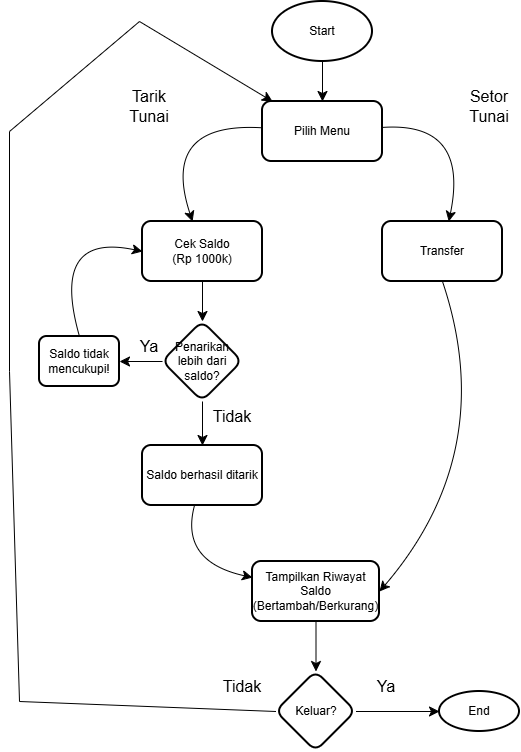
The draw.io diagram Flowchart ATM.drawio.png in intiboemi/Flowchart, before a commit. Source tidied: cells renumbered, new cells last; positions are measured from the earlier drawing's top-left corner, leaving out a move shared by most shapes.
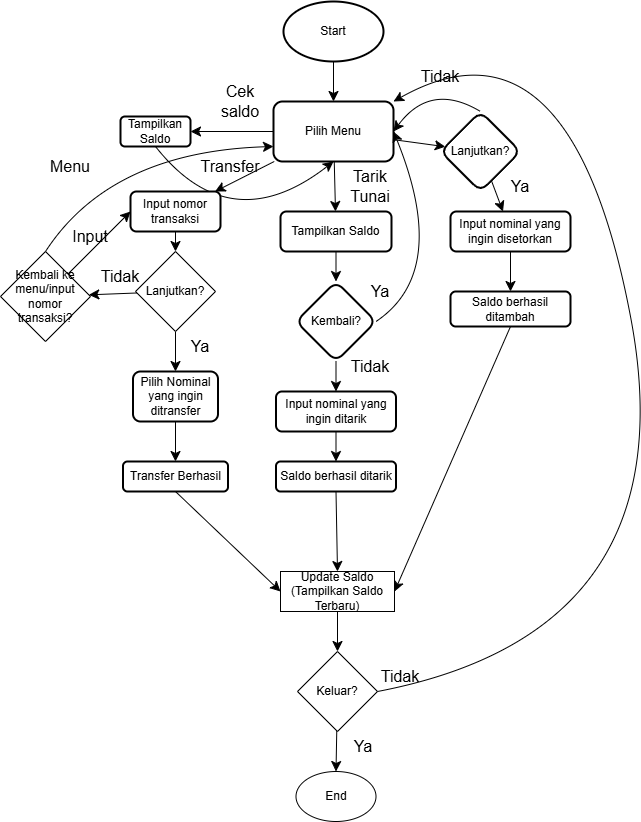
Above is the later version.

Diff of the diagram source:
```diff
@@ -8,110 +8,188 @@
     <mxCell id="3" value="Start" style="strokeWidth=2;html=1;shape=mxgraph.flowchart.start_1;whiteSpace=wrap;" parent="1" vertex="1">
       <mxGeometry x="263" width="100" height="60" as="geometry" />
     </mxCell>
-    <mxCell id="4" style="edgeStyle=none;curved=1;rounded=0;jettySize=auto;html=1;fontSize=12;startSize=8;endSize=8;" parent="1" edge="1" source="6" target="8">
-      <mxGeometry relative="1" as="geometry">
-        <Array as="points">
-          <mxPoint x="150" y="120" />
-        </Array>
-      </mxGeometry>
-    </mxCell>
-    <mxCell id="5" style="edgeStyle=none;curved=1;rounded=0;jettySize=auto;html=1;fontSize=12;startSize=8;endSize=8;" parent="1" edge="1" source="6" target="10">
-      <mxGeometry relative="1" as="geometry">
-        <Array as="points">
-          <mxPoint x="460" y="120" />
-        </Array>
-      </mxGeometry>
-    </mxCell>
+    <mxCell id="30" style="edgeStyle=none;curved=1;rounded=0;jettySize=auto;html=1;fontSize=12;startSize=8;endSize=8;" parent="1" edge="1" source="6" target="35">
+      <mxGeometry relative="1" as="geometry" />
+    </mxCell>
+    <mxCell id="31" style="edgeStyle=none;curved=1;rounded=0;jettySize=auto;html=1;fontSize=12;startSize=8;endSize=8;" parent="1" edge="1" source="6" target="38">
+      <mxGeometry relative="1" as="geometry" />
+    </mxCell>
+    <mxCell id="32" style="edgeStyle=none;curved=1;rounded=0;jettySize=auto;html=1;fontSize=12;startSize=8;endSize=8;" parent="1" edge="1" source="6" target="54">
+      <mxGeometry relative="1" as="geometry" />
+    </mxCell>
+    <mxCell id="33" style="edgeStyle=none;curved=1;rounded=0;jettySize=auto;html=1;fontSize=12;startSize=8;endSize=8;" parent="1" edge="1" source="6" target="65">
+      <mxGeometry relative="1" as="geometry" />
+    </mxCell>
     <mxCell id="6" value="Pilih Menu" style="rounded=1;whiteSpace=wrap;html=1;strokeWidth=2;" parent="1" vertex="1">
       <mxGeometry x="253" y="100" width="120" height="60" as="geometry" />
     </mxCell>
-    <mxCell id="7" style="edgeStyle=none;curved=1;rounded=0;jettySize=auto;html=1;fontSize=12;startSize=8;endSize=8;" parent="1" edge="1" source="8" target="15">
-      <mxGeometry relative="1" as="geometry" />
-    </mxCell>
-    <mxCell id="8" value="Cek Saldo&lt;div&gt;(Rp 1000k)&lt;/div&gt;" style="whiteSpace=wrap;html=1;rounded=1;strokeWidth=2;" parent="1" vertex="1">
-      <mxGeometry x="133" y="220" width="120" height="60" as="geometry" />
-    </mxCell>
-    <mxCell id="9" style="edgeStyle=none;curved=1;rounded=0;jettySize=auto;html=1;exitX=0.5;exitY=1;exitDx=0;exitDy=0;entryX=1;entryY=0.5;entryDx=0;entryDy=0;fontSize=12;startSize=8;endSize=8;" parent="1" edge="1" source="10" target="23">
-      <mxGeometry relative="1" as="geometry">
-        <Array as="points">
-          <mxPoint x="490" y="450" />
-        </Array>
-      </mxGeometry>
-    </mxCell>
+    <mxCell id="34" style="edgeStyle=none;curved=1;rounded=0;jettySize=auto;html=1;exitX=0.5;exitY=1;exitDx=0;exitDy=0;entryX=0.5;entryY=1;entryDx=0;entryDy=0;fontSize=12;startSize=8;endSize=8;" parent="1" edge="1" source="35" target="6">
+      <mxGeometry relative="1" as="geometry">
+        <Array as="points">
+          <mxPoint x="210" y="240" />
+        </Array>
+      </mxGeometry>
+    </mxCell>
+    <mxCell id="35" value="Tampilkan Saldo" style="whiteSpace=wrap;html=1;rounded=1;strokeWidth=2;" parent="1" vertex="1">
+      <mxGeometry x="100" y="115" width="70" height="30" as="geometry" />
+    </mxCell>
+    <mxCell id="36" value="Cek saldo" style="text;html=1;whiteSpace=wrap;strokeColor=none;fillColor=none;align=center;verticalAlign=middle;rounded=0;fontSize=16;" parent="1" vertex="1">
+      <mxGeometry x="190" y="85" width="60" height="30" as="geometry" />
+    </mxCell>
+    <mxCell id="37" style="edgeStyle=none;curved=1;rounded=0;jettySize=auto;html=1;exitX=0.5;exitY=1;exitDx=0;exitDy=0;entryX=0.5;entryY=0;entryDx=0;entryDy=0;fontSize=12;startSize=8;endSize=8;" parent="1" edge="1" source="38" target="43">
+      <mxGeometry relative="1" as="geometry" />
+    </mxCell>
+    <mxCell id="38" value="Input nomor transaksi" style="whiteSpace=wrap;html=1;rounded=1;strokeWidth=2;" parent="1" vertex="1">
+      <mxGeometry x="110" y="190" width="90" height="40" as="geometry" />
+    </mxCell>
+    <mxCell id="39" style="edgeStyle=none;curved=1;rounded=0;jettySize=auto;html=1;fontSize=12;startSize=8;endSize=8;" parent="1" edge="1" source="40" target="52">
+      <mxGeometry relative="1" as="geometry" />
+    </mxCell>
+    <mxCell id="40" value="Pilih Nominal yang ingin ditransfer" style="whiteSpace=wrap;html=1;rounded=1;strokeWidth=2;" parent="1" vertex="1">
+      <mxGeometry x="112.5" y="370" width="85" height="50" as="geometry" />
+    </mxCell>
+    <mxCell id="41" style="edgeStyle=none;curved=1;rounded=0;jettySize=auto;html=1;exitX=0.5;exitY=1;exitDx=0;exitDy=0;entryX=0.5;entryY=0;entryDx=0;entryDy=0;fontSize=12;startSize=8;endSize=8;" parent="1" edge="1" source="43" target="40">
+      <mxGeometry relative="1" as="geometry" />
+    </mxCell>
+    <mxCell id="42" style="edgeStyle=none;curved=1;rounded=0;jettySize=auto;html=1;fontSize=12;startSize=8;endSize=8;" parent="1" edge="1" source="43" target="47">
+      <mxGeometry relative="1" as="geometry" />
+    </mxCell>
+    <mxCell id="43" value="Lanjutkan?" style="rhombus;whiteSpace=wrap;html=1;" parent="1" vertex="1">
+      <mxGeometry x="115" y="250" width="80" height="80" as="geometry" />
+    </mxCell>
+    <mxCell id="44" value="Ya" style="text;html=1;whiteSpace=wrap;strokeColor=none;fillColor=none;align=center;verticalAlign=middle;rounded=0;fontSize=16;" parent="1" vertex="1">
+      <mxGeometry x="150" y="330" width="60" height="30" as="geometry" />
+    </mxCell>
+    <mxCell id="45" style="edgeStyle=none;curved=1;rounded=0;jettySize=auto;html=1;exitX=0.5;exitY=0;exitDx=0;exitDy=0;entryX=0;entryY=0.75;entryDx=0;entryDy=0;fontSize=12;startSize=8;endSize=8;" parent="1" edge="1" source="47" target="6">
+      <mxGeometry relative="1" as="geometry">
+        <Array as="points">
+          <mxPoint x="90" y="150" />
+        </Array>
+      </mxGeometry>
+    </mxCell>
+    <mxCell id="46" style="edgeStyle=none;curved=1;rounded=0;jettySize=auto;html=1;exitX=1;exitY=0;exitDx=0;exitDy=0;entryX=0;entryY=0.5;entryDx=0;entryDy=0;fontSize=12;startSize=8;endSize=8;" parent="1" edge="1" source="47" target="38">
+      <mxGeometry relative="1" as="geometry" />
+    </mxCell>
+    <mxCell id="47" value="Kembali ke menu/input nomor transaksi?" style="rhombus;whiteSpace=wrap;html=1;" parent="1" vertex="1">
+      <mxGeometry x="-20" y="250" width="90" height="90" as="geometry" />
+    </mxCell>
+    <mxCell id="48" value="Menu" style="text;html=1;whiteSpace=wrap;strokeColor=none;fillColor=none;align=center;verticalAlign=middle;rounded=0;fontSize=16;" parent="1" vertex="1">
+      <mxGeometry x="20" y="150" width="60" height="30" as="geometry" />
+    </mxCell>
+    <mxCell id="49" value="Input" style="text;html=1;whiteSpace=wrap;strokeColor=none;fillColor=none;align=center;verticalAlign=middle;rounded=0;fontSize=16;" parent="1" vertex="1">
+      <mxGeometry x="40" y="220" width="60" height="30" as="geometry" />
+    </mxCell>
+    <mxCell id="50" value="Tidak" style="text;html=1;whiteSpace=wrap;strokeColor=none;fillColor=none;align=center;verticalAlign=middle;rounded=0;fontSize=16;" parent="1" vertex="1">
+      <mxGeometry x="70" y="260" width="60" height="30" as="geometry" />
+    </mxCell>
+    <mxCell id="51" style="edgeStyle=none;curved=1;rounded=0;jettySize=auto;html=1;exitX=0.5;exitY=1;exitDx=0;exitDy=0;entryX=0;entryY=0.5;entryDx=0;entryDy=0;fontSize=12;startSize=8;endSize=8;" parent="1" edge="1" source="52" target="73">
+      <mxGeometry relative="1" as="geometry" />
+    </mxCell>
+    <mxCell id="52" value="Transfer Berhasil" style="whiteSpace=wrap;html=1;rounded=1;strokeWidth=2;" parent="1" vertex="1">
+      <mxGeometry x="102.5" y="460" width="105" height="30" as="geometry" />
+    </mxCell>
+    <mxCell id="53" style="edgeStyle=none;curved=1;rounded=0;jettySize=auto;html=1;fontSize=12;startSize=8;endSize=8;" parent="1" edge="1" source="54" target="57">
+      <mxGeometry relative="1" as="geometry" />
+    </mxCell>
+    <mxCell id="54" value="Tampilkan Saldo" style="whiteSpace=wrap;html=1;rounded=1;strokeWidth=2;" parent="1" vertex="1">
+      <mxGeometry x="260" y="210" width="111" height="40" as="geometry" />
+    </mxCell>
-    <mxCell id="10" value="Transfer" style="whiteSpace=wrap;html=1;rounded=1;strokeWidth=2;" parent="1" vertex="1">
-      <mxGeometry x="373" y="220" width="120" height="60" as="geometry" />
+    <mxCell id="10" value="Transfer" style="text;html=1;whiteSpace=wrap;strokeColor=none;fillColor=none;align=center;verticalAlign=middle;rounded=0;fontSize=16;" parent="1" vertex="1">
+      <mxGeometry x="180" y="150" width="60" height="30" as="geometry" />
     </mxCell>
     <mxCell id="11" value="Tarik Tunai" style="text;html=1;whiteSpace=wrap;strokeColor=none;fillColor=none;align=center;verticalAlign=middle;rounded=0;fontSize=16;" parent="1" vertex="1">
-      <mxGeometry x="110" y="90" width="60" height="30" as="geometry" />
+      <mxGeometry x="320" y="170" width="60" height="30" as="geometry" />
     </mxCell>
-    <mxCell id="12" value="Setor Tunai" style="text;html=1;whiteSpace=wrap;strokeColor=none;fillColor=none;align=center;verticalAlign=middle;rounded=0;fontSize=16;" parent="1" vertex="1">
-      <mxGeometry x="450" y="90" width="60" height="30" as="geometry" />
-    </mxCell>
-    <mxCell id="13" style="edgeStyle=none;curved=1;rounded=0;jettySize=auto;html=1;fontSize=12;startSize=8;endSize=8;" parent="1" edge="1" source="15" target="17">
-      <mxGeometry relative="1" as="geometry" />
-    </mxCell>
-    <mxCell id="14" style="edgeStyle=none;curved=1;rounded=0;jettySize=auto;html=1;fontSize=12;startSize=8;endSize=8;" parent="1" edge="1" source="15" target="19">
-      <mxGeometry relative="1" as="geometry" />
-    </mxCell>
-    <mxCell id="15" value="Penarikan lebih dari saldo?" style="rhombus;whiteSpace=wrap;html=1;rounded=1;strokeWidth=2;" parent="1" vertex="1">
-      <mxGeometry x="153" y="320" width="80" height="80" as="geometry" />
-    </mxCell>
-    <mxCell id="16" style="edgeStyle=none;curved=1;rounded=0;jettySize=auto;html=1;exitX=0.5;exitY=0;exitDx=0;exitDy=0;entryX=0;entryY=0.5;entryDx=0;entryDy=0;fontSize=12;startSize=8;endSize=8;" parent="1" edge="1" source="17" target="8">
-      <mxGeometry relative="1" as="geometry">
-        <Array as="points">
-          <mxPoint x="40" y="230" />
-        </Array>
-      </mxGeometry>
-    </mxCell>
-    <mxCell id="17" value="Saldo tidak mencukupi!" style="whiteSpace=wrap;html=1;rounded=1;strokeWidth=2;" parent="1" vertex="1">
-      <mxGeometry x="30" y="335" width="80" height="50" as="geometry" />
-    </mxCell>
-    <mxCell id="18" style="edgeStyle=none;curved=1;rounded=0;jettySize=auto;html=1;fontSize=12;startSize=8;endSize=8;" parent="1" edge="1" source="19" target="23">
-      <mxGeometry relative="1" as="geometry">
-        <Array as="points">
-          <mxPoint x="170" y="560" />
-        </Array>
-      </mxGeometry>
-    </mxCell>
+    <mxCell id="55" style="edgeStyle=none;curved=1;rounded=0;jettySize=auto;html=1;exitX=1;exitY=0.5;exitDx=0;exitDy=0;entryX=1;entryY=0.5;entryDx=0;entryDy=0;fontSize=12;startSize=8;endSize=8;" parent="1" edge="1" source="57" target="6">
+      <mxGeometry relative="1" as="geometry">
+        <Array as="points">
+          <mxPoint x="430" y="270" />
+        </Array>
+      </mxGeometry>
+    </mxCell>
+    <mxCell id="56" style="edgeStyle=none;curved=1;rounded=0;jettySize=auto;html=1;fontSize=12;startSize=8;endSize=8;" parent="1" edge="1" source="57" target="60">
+      <mxGeometry relative="1" as="geometry" />
+    </mxCell>
+    <mxCell id="57" value="Kembali?" style="rhombus;whiteSpace=wrap;html=1;rounded=1;strokeWidth=2;" parent="1" vertex="1">
+      <mxGeometry x="275.5" y="280" width="80" height="80" as="geometry" />
+    </mxCell>
+    <mxCell id="58" value="Ya" style="text;html=1;whiteSpace=wrap;strokeColor=none;fillColor=none;align=center;verticalAlign=middle;rounded=0;fontSize=16;" parent="1" vertex="1">
+      <mxGeometry x="330" y="275" width="60" height="30" as="geometry" />
+    </mxCell>
+    <mxCell id="59" style="edgeStyle=none;curved=1;rounded=0;jettySize=auto;html=1;fontSize=12;startSize=8;endSize=8;" parent="1" edge="1" source="60" target="19">
+      <mxGeometry relative="1" as="geometry" />
+    </mxCell>
+    <mxCell id="60" value="Input nominal yang ingin ditarik" style="whiteSpace=wrap;html=1;rounded=1;strokeWidth=2;" parent="1" vertex="1">
+      <mxGeometry x="255.5" y="390" width="120" height="40" as="geometry" />
+    </mxCell>
+    <mxCell id="61" value="Tidak" style="text;html=1;whiteSpace=wrap;strokeColor=none;fillColor=none;align=center;verticalAlign=middle;rounded=0;fontSize=16;" parent="1" vertex="1">
+      <mxGeometry x="320" y="350" width="60" height="30" as="geometry" />
+    </mxCell>
+    <mxCell id="62" style="edgeStyle=none;curved=1;rounded=0;jettySize=auto;html=1;exitX=0.5;exitY=1;exitDx=0;exitDy=0;entryX=0.5;entryY=0;entryDx=0;entryDy=0;fontSize=12;startSize=8;endSize=8;" parent="1" edge="1" source="19" target="73">
+      <mxGeometry relative="1" as="geometry" />
+    </mxCell>
     <mxCell id="19" value="Saldo berhasil ditarik" style="whiteSpace=wrap;html=1;rounded=1;strokeWidth=2;" parent="1" vertex="1">
-      <mxGeometry x="133" y="444" width="120" height="60" as="geometry" />
+      <mxGeometry x="255.5" y="460" width="120" height="30" as="geometry" />
     </mxCell>
-    <mxCell id="20" value="Ya" style="text;html=1;whiteSpace=wrap;strokeColor=none;fillColor=none;align=center;verticalAlign=middle;rounded=0;fontSize=16;" parent="1" vertex="1">
-      <mxGeometry x="110" y="330" width="60" height="30" as="geometry" />
-    </mxCell>
-    <mxCell id="21" value="Tidak" style="text;html=1;whiteSpace=wrap;strokeColor=none;fillColor=none;align=center;verticalAlign=middle;rounded=0;fontSize=16;" parent="1" vertex="1">
-      <mxGeometry x="193" y="400" width="60" height="30" as="geometry" />
-    </mxCell>
-    <mxCell id="22" style="edgeStyle=none;curved=1;rounded=0;jettySize=auto;html=1;fontSize=12;startSize=8;endSize=8;" parent="1" edge="1" source="23" target="26">
-      <mxGeometry relative="1" as="geometry" />
-    </mxCell>
-    <mxCell id="23" value="Tampilkan Riwayat Saldo (Bertambah/Berkurang)" style="whiteSpace=wrap;html=1;rounded=1;strokeWidth=2;" parent="1" vertex="1">
-      <mxGeometry x="243" y="560" width="127" height="60" as="geometry" />
-    </mxCell>
+    <mxCell id="63" style="edgeStyle=none;curved=1;rounded=0;jettySize=auto;html=1;exitX=0.5;exitY=0;exitDx=0;exitDy=0;entryX=1;entryY=0.5;entryDx=0;entryDy=0;fontSize=12;startSize=8;endSize=8;" parent="1" edge="1" source="65" target="6">
+      <mxGeometry relative="1" as="geometry">
+        <Array as="points">
+          <mxPoint x="410" y="80" />
+        </Array>
+      </mxGeometry>
+    </mxCell>
+    <mxCell id="64" style="edgeStyle=none;curved=1;rounded=0;jettySize=auto;html=1;fontSize=12;startSize=8;endSize=8;" parent="1" edge="1" source="65" target="68">
+      <mxGeometry relative="1" as="geometry" />
+    </mxCell>
+    <mxCell id="65" value="Lanjutkan?" style="rhombus;whiteSpace=wrap;html=1;rounded=1;strokeWidth=2;" parent="1" vertex="1">
+      <mxGeometry x="420" y="110" width="80" height="80" as="geometry" />
+    </mxCell>
+    <mxCell id="66" value="Tidak" style="text;html=1;whiteSpace=wrap;strokeColor=none;fillColor=none;align=center;verticalAlign=middle;rounded=0;fontSize=16;" parent="1" vertex="1">
+      <mxGeometry x="390" y="60" width="60" height="30" as="geometry" />
+    </mxCell>
+    <mxCell id="67" style="edgeStyle=none;curved=1;rounded=0;jettySize=auto;html=1;fontSize=12;startSize=8;endSize=8;" parent="1" edge="1" source="68" target="71">
+      <mxGeometry relative="1" as="geometry" />
+    </mxCell>
+    <mxCell id="68" value="Input nominal yang ingin disetorkan" style="whiteSpace=wrap;html=1;rounded=1;strokeWidth=2;" parent="1" vertex="1">
+      <mxGeometry x="430" y="210" width="120" height="40" as="geometry" />
+    </mxCell>
+    <mxCell id="69" value="Ya" style="text;html=1;whiteSpace=wrap;strokeColor=none;fillColor=none;align=center;verticalAlign=middle;rounded=0;fontSize=16;" parent="1" vertex="1">
+      <mxGeometry x="470" y="170" width="60" height="30" as="geometry" />
+    </mxCell>
+    <mxCell id="70" style="edgeStyle=none;curved=1;rounded=0;jettySize=auto;html=1;exitX=0.5;exitY=1;exitDx=0;exitDy=0;entryX=1;entryY=0.5;entryDx=0;entryDy=0;fontSize=12;startSize=8;endSize=8;" parent="1" edge="1" source="71" target="73">
+      <mxGeometry relative="1" as="geometry" />
+    </mxCell>
+    <mxCell id="71" value="Saldo berhasil ditambah" style="whiteSpace=wrap;html=1;rounded=1;strokeWidth=2;" parent="1" vertex="1">
+      <mxGeometry x="430" y="290" width="120" height="35" as="geometry" />
+    </mxCell>
+    <mxCell id="72" style="edgeStyle=none;curved=1;rounded=0;jettySize=auto;html=1;fontSize=12;startSize=8;endSize=8;" parent="1" edge="1" source="73" target="26">
+      <mxGeometry relative="1" as="geometry" />
+    </mxCell>
+    <mxCell id="73" value="Update Saldo&lt;br&gt;(Tampilkan Saldo Terbaru)" style="whiteSpace=wrap;html=1;" parent="1" vertex="1">
+      <mxGeometry x="260" y="570" width="114" height="40" as="geometry" />
+    </mxCell>
+    <mxCell id="25" style="edgeStyle=none;curved=1;rounded=0;jettySize=auto;html=1;fontSize=12;startSize=8;endSize=8;" parent="1" edge="1" source="26" target="27">
+      <mxGeometry relative="1" as="geometry" />
+    </mxCell>
-    <mxCell id="24" style="edgeStyle=none;curved=0;rounded=0;jettySize=auto;html=1;exitX=0;exitY=0.5;exitDx=0;exitDy=0;fontSize=12;startSize=8;endSize=8;" parent="1" edge="1" source="26" target="6">
+    <mxCell id="24" style="edgeStyle=none;curved=1;rounded=0;jettySize=auto;html=1;exitX=1;exitY=0.5;exitDx=0;exitDy=0;entryX=1;entryY=0;entryDx=0;entryDy=0;fontSize=12;startSize=8;endSize=8;" parent="1" edge="1" source="26" target="6">
       <mxGeometry relative="1" as="geometry">
         <Array as="points">
-          <mxPoint x="10" y="700" />
-          <mxPoint y="370" />
-          <mxPoint y="130" />
-          <mxPoint x="130" y="20" />
+          <mxPoint x="670" y="630" />
+          <mxPoint x="550" />
         </Array>
       </mxGeometry>
     </mxCell>
-    <mxCell id="25" style="edgeStyle=none;curved=1;rounded=0;jettySize=auto;html=1;fontSize=12;startSize=8;endSize=8;" parent="1" edge="1" source="26" target="27">
-      <mxGeometry relative="1" as="geometry" />
-    </mxCell>
-    <mxCell id="26" value="Keluar?" style="rhombus;whiteSpace=wrap;html=1;rounded=1;strokeWidth=2;" parent="1" vertex="1">
-      <mxGeometry x="266.5" y="670" width="80" height="80" as="geometry" />
+    <mxCell id="26" value="Keluar?" style="rhombus;whiteSpace=wrap;html=1;" parent="1" vertex="1">
+      <mxGeometry x="277" y="650" width="80" height="80" as="geometry" />
     </mxCell>
-    <mxCell id="27" value="End" style="ellipse;whiteSpace=wrap;html=1;rounded=1;strokeWidth=2;" parent="1" vertex="1">
-      <mxGeometry x="430" y="690" width="80" height="40" as="geometry" />
+    <mxCell id="27" value="End" style="ellipse;whiteSpace=wrap;html=1;" parent="1" vertex="1">
+      <mxGeometry x="275.5" y="770" width="80" height="50" as="geometry" />
     </mxCell>
-    <mxCell id="28" value="Ya" style="text;html=1;whiteSpace=wrap;strokeColor=none;fillColor=none;align=center;verticalAlign=middle;rounded=0;fontSize=16;" parent="1" vertex="1">
-      <mxGeometry x="346.5" y="670" width="60" height="30" as="geometry" />
-    </mxCell>
-    <mxCell id="29" value="Tidak" style="text;html=1;whiteSpace=wrap;strokeColor=none;fillColor=none;align=center;verticalAlign=middle;rounded=0;fontSize=16;" parent="1" vertex="1">
-      <mxGeometry x="203" y="670" width="60" height="30" as="geometry" />
-    </mxCell>
+    <mxCell id="74" value="Ya" style="text;html=1;whiteSpace=wrap;strokeColor=none;fillColor=none;align=center;verticalAlign=middle;rounded=0;fontSize=16;" parent="1" vertex="1">
+      <mxGeometry x="313" y="730" width="60" height="30" as="geometry" />
+    </mxCell>
+    <mxCell id="75" value="Tidak" style="text;html=1;whiteSpace=wrap;strokeColor=none;fillColor=none;align=center;verticalAlign=middle;rounded=0;fontSize=16;" parent="1" vertex="1">
+      <mxGeometry x="350" y="660" width="60" height="30" as="geometry" />
+    </mxCell>
   </root>
 </mxGraphModel>
```
